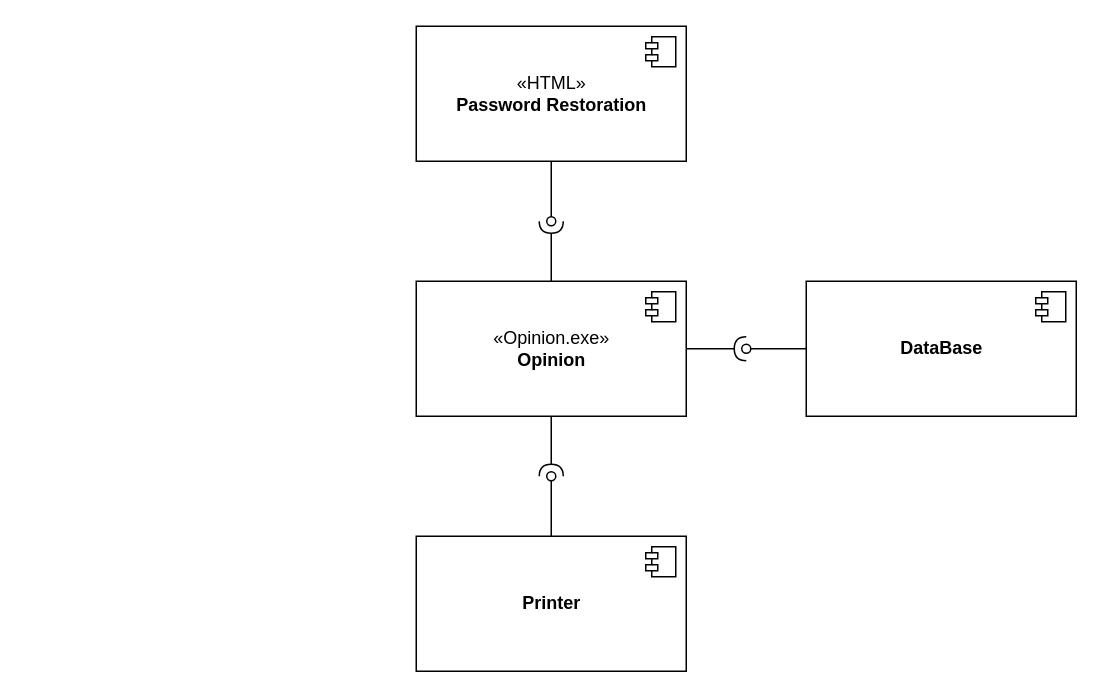
Above: DiagramComposantV2.drawio in Devetik/Diagrammes (draw.io), before the change. Source tidied: cells renumbered, new cells numbered last; positions are measured from the earlier drawing's top-left corner, leaving out a move shared by most shapes. Both pictures are drawn from the tidied source at 150%, with x=0, y=0 at pixel (416, 26).
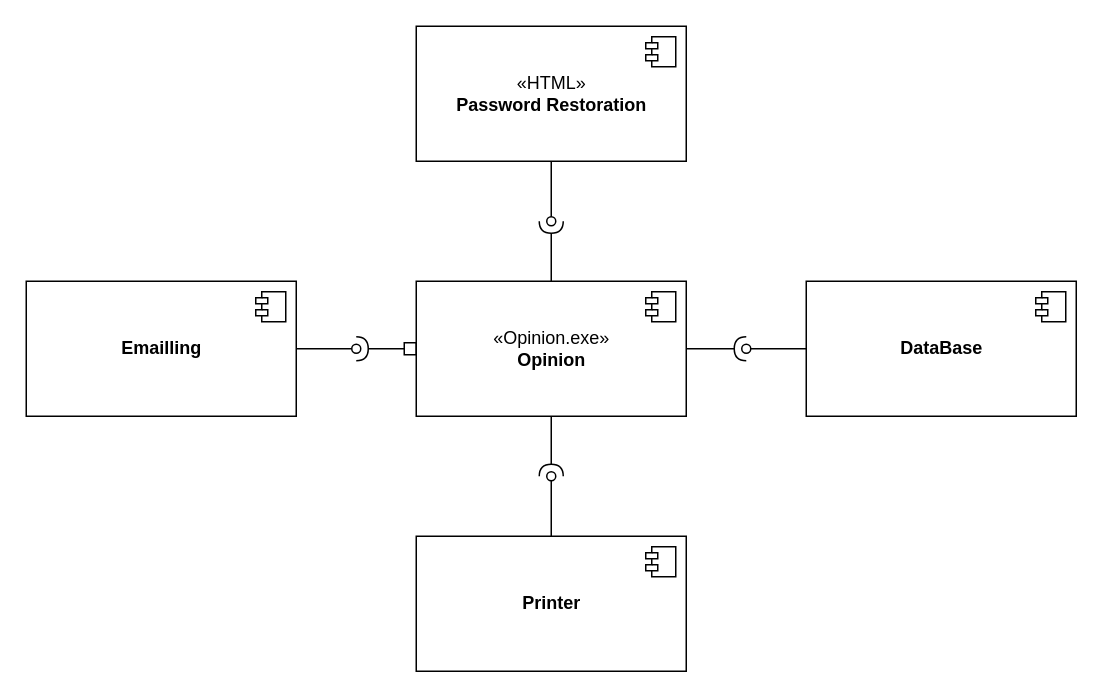
The same diagram, later.

Unchanged cells that the change refers to:
```xml
<mxCell id="5" value="«Opinion.exe»&lt;br&gt;&lt;b&gt;Opinion&lt;/b&gt;" style="html=1;" parent="1" vertex="1">
  <mxGeometry y="170" width="180" height="90" as="geometry" />
</mxCell>
```

Diff of the diagram source:
```diff
@@
+    <mxCell id="16" style="edgeStyle=orthogonalEdgeStyle;rounded=0;jettySize=auto;html=1;startArrow=box;startFill=0;endArrow=halfCircle;endFill=0;" parent="1" edge="1" source="5">
+      <mxGeometry relative="1" as="geometry">
+        <mxPoint x="-40" y="215" as="targetPoint" />
+      </mxGeometry>
+    </mxCell>
@@
+    <mxCell id="17" style="edgeStyle=orthogonalEdgeStyle;rounded=0;jettySize=auto;html=1;startArrow=none;startFill=0;endArrow=oval;endFill=0;" parent="1" edge="1" source="18">
+      <mxGeometry relative="1" as="geometry">
+        <mxPoint x="-40" y="215" as="targetPoint" />
+      </mxGeometry>
+    </mxCell>
+    <mxCell id="18" value="&lt;b&gt;Emailling&lt;/b&gt;" style="html=1;" parent="1" vertex="1">
+      <mxGeometry x="-260" y="170" width="180" height="90" as="geometry" />
+    </mxCell>
+    <mxCell id="19" style="shape=module;jettyWidth=8;jettyHeight=4;" parent="18" vertex="1">
+      <mxGeometry x="1" width="20" height="20" relative="1" as="geometry">
+        <mxPoint x="-27" y="7" as="offset" />
+      </mxGeometry>
+    </mxCell>
```
